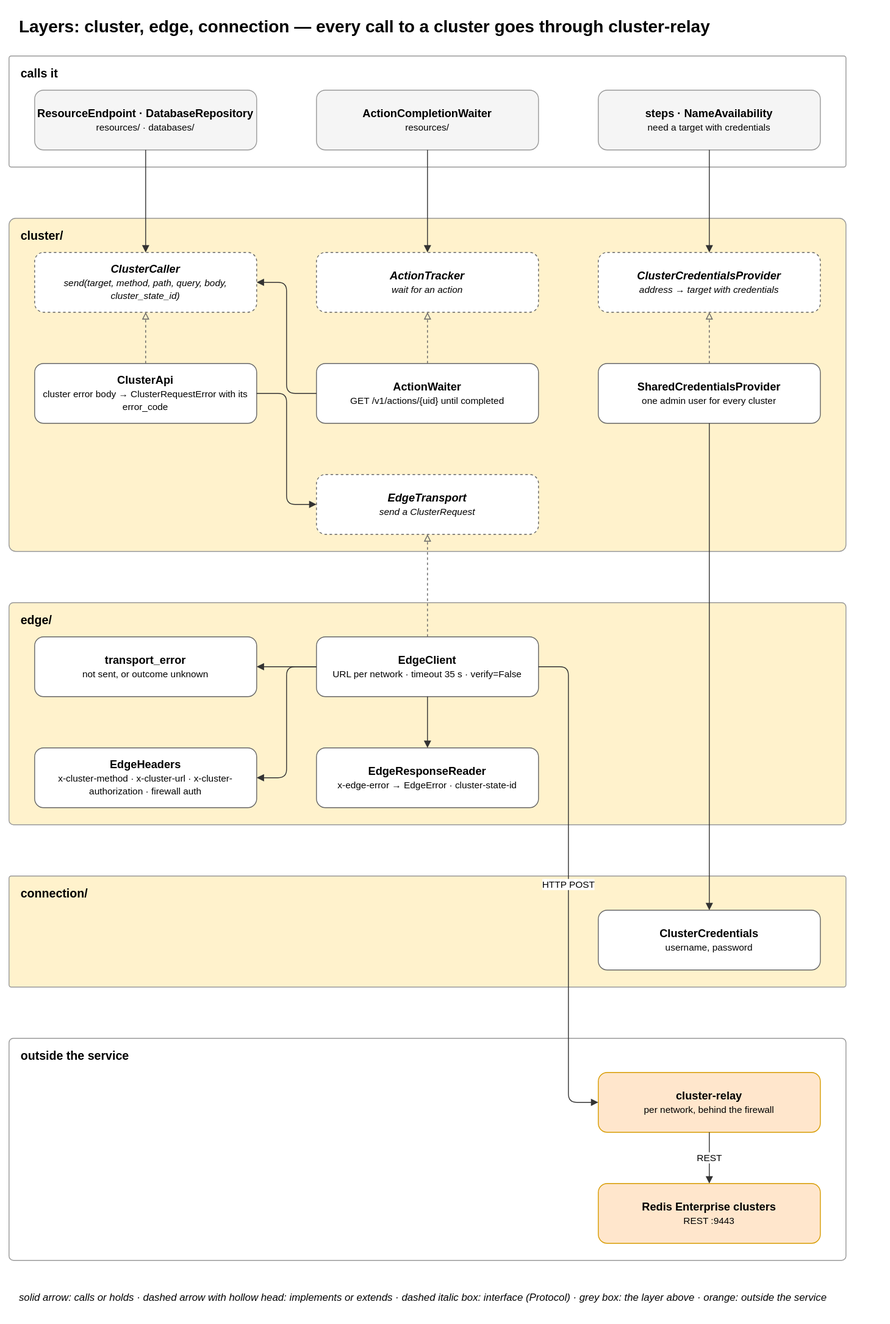
This is docs/diagrams/08-layer-transport.drawio.svg from EliShteinman/redis-enterprise-services, a draw.io export, as it was before one commit. Source tidied: cells renumbered, new cells last; positions are measured from the earlier drawing's top-left corner, leaving out a move shared by most shapes.
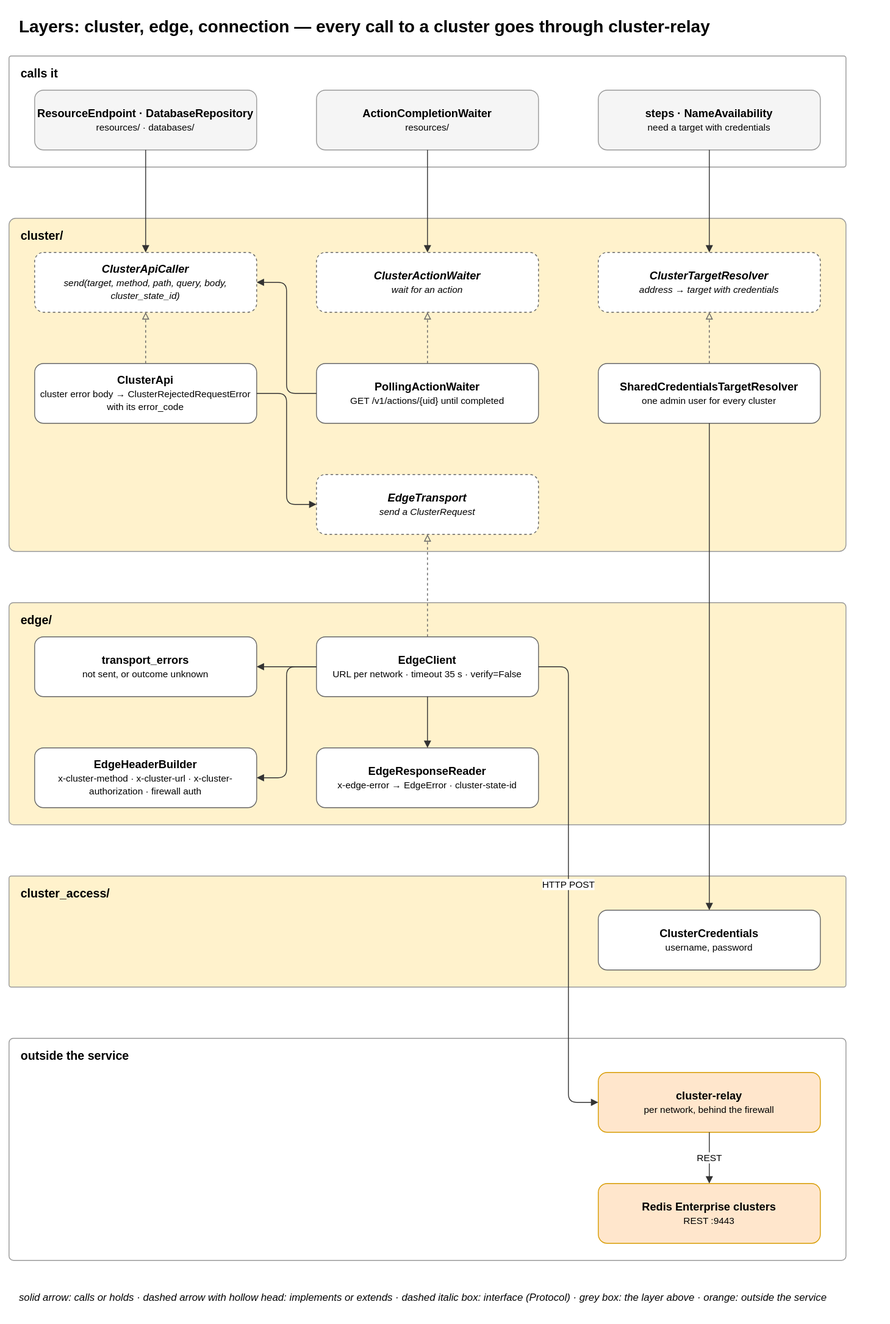
The same file after the commit.

What changed in the source:
```diff
@@ -20,22 +20,22 @@
     <mxCell id="7" value="&lt;b&gt;cluster/&lt;/b&gt;" style="rounded=1;arcSize=2;fillColor=#fff2cc;strokeColor=#999999;verticalAlign=top;align=left;spacingLeft=12;spacingTop=6;html=1;fontSize=14;" parent="1" vertex="1">
       <mxGeometry y="245" width="980" height="390" as="geometry" />
     </mxCell>
-    <mxCell id="8" value="&lt;b&gt;ClusterCaller&lt;/b&gt;&lt;br&gt;&lt;font style='font-size:11px'&gt;send(target, method, path, query, body, cluster_state_id)&lt;/font&gt;" style="rounded=1;whiteSpace=wrap;html=1;fillColor=#ffffff;strokeColor=#666666;fontSize=13;dashed=1;fontStyle=2;" parent="1" vertex="1">
+    <mxCell id="8" value="&lt;b&gt;ClusterApiCaller&lt;/b&gt;&lt;br&gt;&lt;font style='font-size:11px'&gt;send(target, method, path, query, body, cluster_state_id)&lt;/font&gt;" style="rounded=1;whiteSpace=wrap;html=1;fillColor=#ffffff;strokeColor=#666666;fontSize=13;dashed=1;fontStyle=2;" parent="1" vertex="1">
       <mxGeometry x="30" y="285" width="260" height="70" as="geometry" />
     </mxCell>
-    <mxCell id="9" value="&lt;b&gt;ActionTracker&lt;/b&gt;&lt;br&gt;&lt;font style='font-size:11px'&gt;wait for an action&lt;/font&gt;" style="rounded=1;whiteSpace=wrap;html=1;fillColor=#ffffff;strokeColor=#666666;fontSize=13;dashed=1;fontStyle=2;" parent="1" vertex="1">
+    <mxCell id="9" value="&lt;b&gt;ClusterActionWaiter&lt;/b&gt;&lt;br&gt;&lt;font style='font-size:11px'&gt;wait for an action&lt;/font&gt;" style="rounded=1;whiteSpace=wrap;html=1;fillColor=#ffffff;strokeColor=#666666;fontSize=13;dashed=1;fontStyle=2;" parent="1" vertex="1">
       <mxGeometry x="360" y="285" width="260" height="70" as="geometry" />
     </mxCell>
-    <mxCell id="10" value="&lt;b&gt;ClusterCredentialsProvider&lt;/b&gt;&lt;br&gt;&lt;font style='font-size:11px'&gt;address → target with credentials&lt;/font&gt;" style="rounded=1;whiteSpace=wrap;html=1;fillColor=#ffffff;strokeColor=#666666;fontSize=13;dashed=1;fontStyle=2;" parent="1" vertex="1">
+    <mxCell id="10" value="&lt;b&gt;ClusterTargetResolver&lt;/b&gt;&lt;br&gt;&lt;font style='font-size:11px'&gt;address → target with credentials&lt;/font&gt;" style="rounded=1;whiteSpace=wrap;html=1;fillColor=#ffffff;strokeColor=#666666;fontSize=13;dashed=1;fontStyle=2;" parent="1" vertex="1">
       <mxGeometry x="690" y="285" width="260" height="70" as="geometry" />
     </mxCell>
-    <mxCell id="11" value="&lt;b&gt;ClusterApi&lt;/b&gt;&lt;br&gt;&lt;font style='font-size:11px'&gt;cluster error body → ClusterRequestError with its error_code&lt;/font&gt;" style="rounded=1;whiteSpace=wrap;html=1;fillColor=#ffffff;strokeColor=#666666;fontSize=13;" parent="1" vertex="1">
+    <mxCell id="11" value="&lt;b&gt;ClusterApi&lt;/b&gt;&lt;br&gt;&lt;font style='font-size:11px'&gt;cluster error body → ClusterRejectedRequestError with its error_code&lt;/font&gt;" style="rounded=1;whiteSpace=wrap;html=1;fillColor=#ffffff;strokeColor=#666666;fontSize=13;" parent="1" vertex="1">
       <mxGeometry x="30" y="415" width="260" height="70" as="geometry" />
     </mxCell>
-    <mxCell id="12" value="&lt;b&gt;ActionWaiter&lt;/b&gt;&lt;br&gt;&lt;font style='font-size:11px'&gt;GET /v1/actions/{uid} until completed&lt;/font&gt;" style="rounded=1;whiteSpace=wrap;html=1;fillColor=#ffffff;strokeColor=#666666;fontSize=13;" parent="1" vertex="1">
+    <mxCell id="12" value="&lt;b&gt;PollingActionWaiter&lt;/b&gt;&lt;br&gt;&lt;font style='font-size:11px'&gt;GET /v1/actions/{uid} until completed&lt;/font&gt;" style="rounded=1;whiteSpace=wrap;html=1;fillColor=#ffffff;strokeColor=#666666;fontSize=13;" parent="1" vertex="1">
       <mxGeometry x="360" y="415" width="260" height="70" as="geometry" />
     </mxCell>
-    <mxCell id="13" value="&lt;b&gt;SharedCredentialsProvider&lt;/b&gt;&lt;br&gt;&lt;font style='font-size:11px'&gt;one admin user for every cluster&lt;/font&gt;" style="rounded=1;whiteSpace=wrap;html=1;fillColor=#ffffff;strokeColor=#666666;fontSize=13;" parent="1" vertex="1">
+    <mxCell id="13" value="&lt;b&gt;SharedCredentialsTargetResolver&lt;/b&gt;&lt;br&gt;&lt;font style='font-size:11px'&gt;one admin user for every cluster&lt;/font&gt;" style="rounded=1;whiteSpace=wrap;html=1;fillColor=#ffffff;strokeColor=#666666;fontSize=13;" parent="1" vertex="1">
       <mxGeometry x="690" y="415" width="260" height="70" as="geometry" />
     </mxCell>
     <mxCell id="14" value="&lt;b&gt;EdgeTransport&lt;/b&gt;&lt;br&gt;&lt;font style='font-size:11px'&gt;send a ClusterRequest&lt;/font&gt;" style="rounded=1;whiteSpace=wrap;html=1;fillColor=#ffffff;strokeColor=#666666;fontSize=13;dashed=1;fontStyle=2;" parent="1" vertex="1">
@@ -44,19 +44,19 @@
     <mxCell id="15" value="&lt;b&gt;edge/&lt;/b&gt;" style="rounded=1;arcSize=2;fillColor=#fff2cc;strokeColor=#999999;verticalAlign=top;align=left;spacingLeft=12;spacingTop=6;html=1;fontSize=14;" parent="1" vertex="1">
       <mxGeometry y="695" width="980" height="260" as="geometry" />
     </mxCell>
-    <mxCell id="16" value="&lt;b&gt;transport_error&lt;/b&gt;&lt;br&gt;&lt;font style='font-size:11px'&gt;not sent, or outcome unknown&lt;/font&gt;" style="rounded=1;whiteSpace=wrap;html=1;fillColor=#ffffff;strokeColor=#666666;fontSize=13;" parent="1" vertex="1">
+    <mxCell id="16" value="&lt;b&gt;transport_errors&lt;/b&gt;&lt;br&gt;&lt;font style='font-size:11px'&gt;not sent, or outcome unknown&lt;/font&gt;" style="rounded=1;whiteSpace=wrap;html=1;fillColor=#ffffff;strokeColor=#666666;fontSize=13;" parent="1" vertex="1">
       <mxGeometry x="30" y="735" width="260" height="70" as="geometry" />
     </mxCell>
     <mxCell id="17" value="&lt;b&gt;EdgeClient&lt;/b&gt;&lt;br&gt;&lt;font style='font-size:11px'&gt;URL per network · timeout 35 s · verify=False&lt;/font&gt;" style="rounded=1;whiteSpace=wrap;html=1;fillColor=#ffffff;strokeColor=#666666;fontSize=13;" parent="1" vertex="1">
       <mxGeometry x="360" y="735" width="260" height="70" as="geometry" />
     </mxCell>
-    <mxCell id="18" value="&lt;b&gt;EdgeHeaders&lt;/b&gt;&lt;br&gt;&lt;font style='font-size:11px'&gt;x-cluster-method · x-cluster-url · x-cluster-authorization · firewall auth&lt;/font&gt;" style="rounded=1;whiteSpace=wrap;html=1;fillColor=#ffffff;strokeColor=#666666;fontSize=13;" parent="1" vertex="1">
+    <mxCell id="18" value="&lt;b&gt;EdgeHeaderBuilder&lt;/b&gt;&lt;br&gt;&lt;font style='font-size:11px'&gt;x-cluster-method · x-cluster-url · x-cluster-authorization · firewall auth&lt;/font&gt;" style="rounded=1;whiteSpace=wrap;html=1;fillColor=#ffffff;strokeColor=#666666;fontSize=13;" parent="1" vertex="1">
       <mxGeometry x="30" y="865" width="260" height="70" as="geometry" />
     </mxCell>
     <mxCell id="19" value="&lt;b&gt;EdgeResponseReader&lt;/b&gt;&lt;br&gt;&lt;font style='font-size:11px'&gt;x-edge-error → EdgeError · cluster-state-id&lt;/font&gt;" style="rounded=1;whiteSpace=wrap;html=1;fillColor=#ffffff;strokeColor=#666666;fontSize=13;" parent="1" vertex="1">
       <mxGeometry x="360" y="865" width="260" height="70" as="geometry" />
     </mxCell>
-    <mxCell id="20" value="&lt;b&gt;connection/&lt;/b&gt;" style="rounded=1;arcSize=2;fillColor=#fff2cc;strokeColor=#999999;verticalAlign=top;align=left;spacingLeft=12;spacingTop=6;html=1;fontSize=14;" parent="1" vertex="1">
+    <mxCell id="20" value="&lt;b&gt;cluster_access/&lt;/b&gt;" style="rounded=1;arcSize=2;fillColor=#fff2cc;strokeColor=#999999;verticalAlign=top;align=left;spacingLeft=12;spacingTop=6;html=1;fontSize=14;" parent="1" vertex="1">
       <mxGeometry y="1015" width="980" height="130" as="geometry" />
     </mxCell>
     <mxCell id="21" value="&lt;b&gt;ClusterCredentials&lt;/b&gt;&lt;br&gt;&lt;font style='font-size:11px'&gt;username, password&lt;/font&gt;" style="rounded=1;whiteSpace=wrap;html=1;fillColor=#ffffff;strokeColor=#666666;fontSize=13;" parent="1" vertex="1">
```
